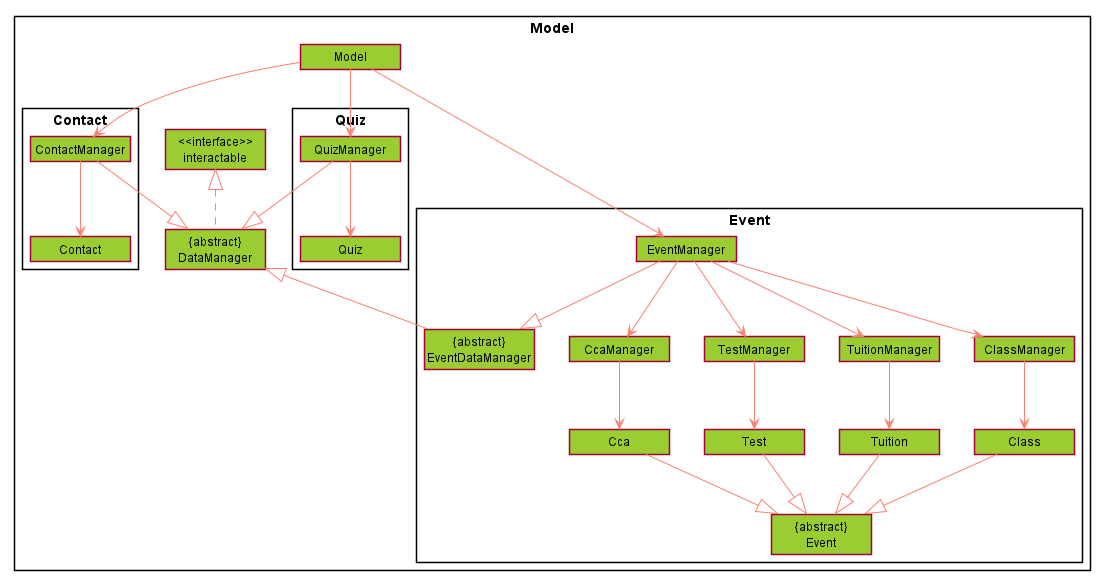
The PlantUML diagram docs/diagram/ModelComponent.png in untitle4/tp, before a commit.
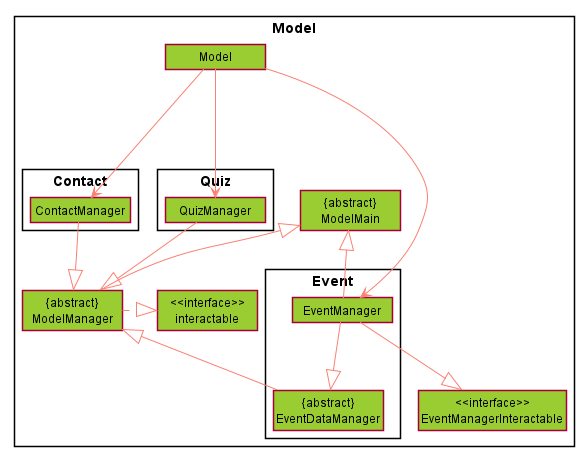
The same diagram one commit later.

Diff of the diagram source:
```diff
@@ -10,59 +10,39 @@
 
 package Model {
 
-    class "{abstract}\nDataManager"
+    class "{abstract}\nModelMain"
+    class "{abstract}\nModelManager"
 
     class "<<interface>>\ninteractable"
+    class "<<interface>>\nEventManagerInteractable"
 
     class Model
 
     Package Quiz {
-        class Quiz
         class QuizManager
     }
 
     Package Event {
-        class "{abstract}\nEvent"
         class EventManager
-        class ClassManager
-        class Class
-        class CcaManager
-        class Cca
-        class TestManager
-        class Test
-        class TuitionManager
-        class Tuition
         class "{abstract}\nEventDataManager"
     }
 
     Package Contact {
-        class Contact
         class ContactManager
     }
 }
 
-"{abstract}\nDataManager" .up.|> "<<interface>>\ninteractable"
-"{abstract}\nEventDataManager" -up-|> "{abstract}\nDataManager"
+"{abstract}\nModelManager" -up-|> "{abstract}\nModelMain"
+EventManager -up-|> "{abstract}\nModelMain"
+"{abstract}\nModelManager" .right.|> "<<interface>>\ninteractable"
+"{abstract}\nEventDataManager" -up-|> "{abstract}\nModelManager"
 
-Model --> ContactManager
-Model --> EventManager
-Model --> QuizManager
-QuizManager --> Quiz
-ContactManager --> Contact
-EventManager --> ClassManager
-EventManager --> CcaManager
-EventManager --> TestManager
-EventManager --> TuitionManager
-ClassManager --> Class
-CcaManager --> Cca
-TestManager --> Test
-TuitionManager --> Tuition
-Class --|> "{abstract}\nEvent"
-Cca --|> "{abstract}\nEvent"
-Test --|> "{abstract}\nEvent"
-Tuition --|> "{abstract}\nEvent"
-ContactManager --|> "{abstract}\nDataManager"
-QuizManager --|> "{abstract}\nDataManager"
+Model ---> ContactManager
+Model ---> EventManager
+Model ---> QuizManager
+ContactManager --|> "{abstract}\nModelManager"
+QuizManager --|> "{abstract}\nModelManager"
 EventManager --|> "{abstract}\nEventDataManager"
+EventManager --|> "<<interface>>\nEventManagerInteractable"
 
 @enduml
```
